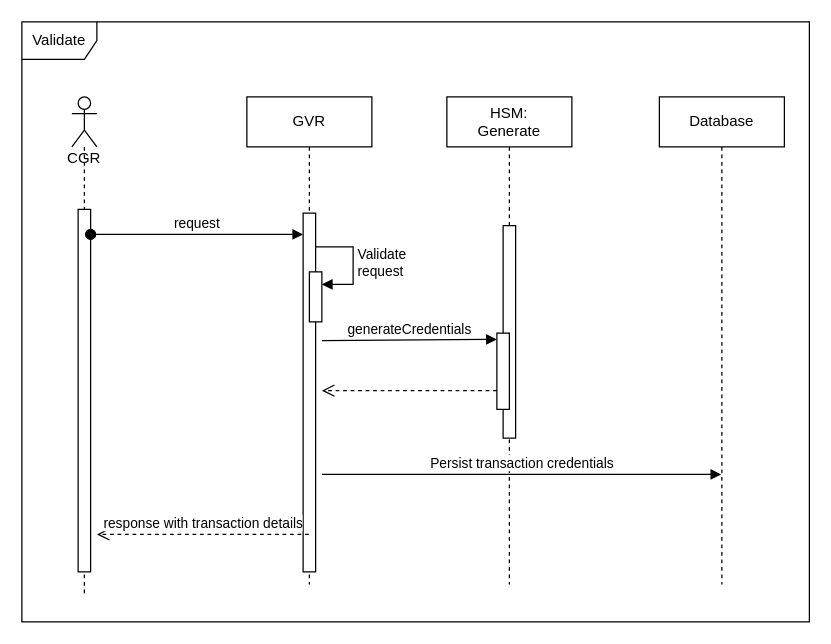
rfnunes/eComTransactionCredentials keeps this draw.io diagram as SequenceDiagramGenerate.drawio. Above is the earlier version. Source tidied: cells renumbered, new cells numbered last; positions are measured from the earlier drawing's top-left corner, leaving out a move shared by most shapes. Both pictures are drawn from the tidied source at 125%, with x=0, y=0 at pixel (21, 21).
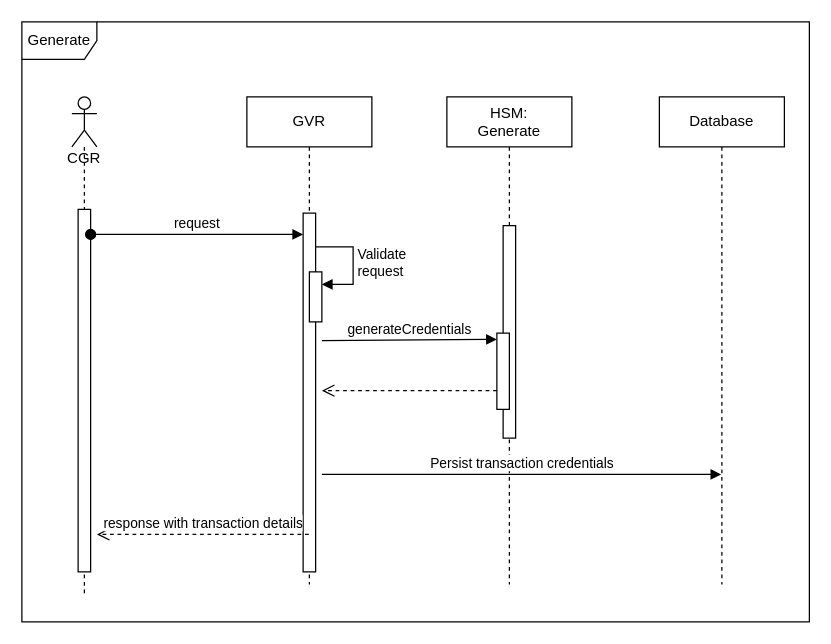
After the change.

What changed in the source:
```diff
@@
-    <mxCell id="2" value="Validate" style="shape=umlFrame;whiteSpace=wrap;html=1;" parent="1" vertex="1">
+    <mxCell id="2" value="Generate" style="shape=umlFrame;whiteSpace=wrap;html=1;" parent="1" vertex="1">
       <mxGeometry width="630" height="480" as="geometry" />
     </mxCell>
```
